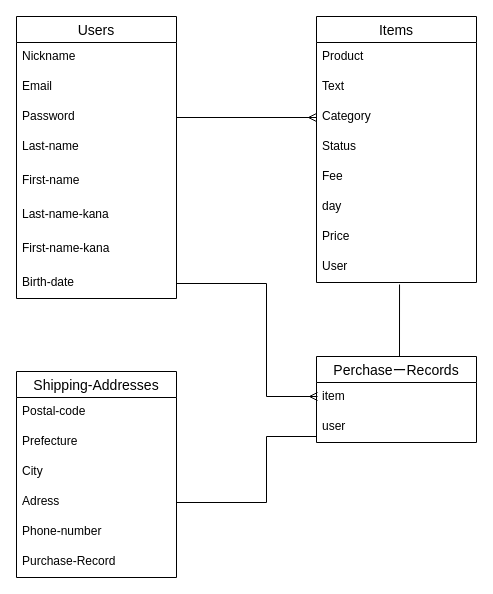
This is furima.dio from yohei95/furima-34827, a draw.io file, before an edit. Source tidied: cells renumbered, new cells numbered last; positions are measured from the earlier drawing's top-left corner, leaving out a move shared by most shapes. Both pictures are drawn from the tidied source at 100%, with x=0, y=0 at pixel (16, 16).
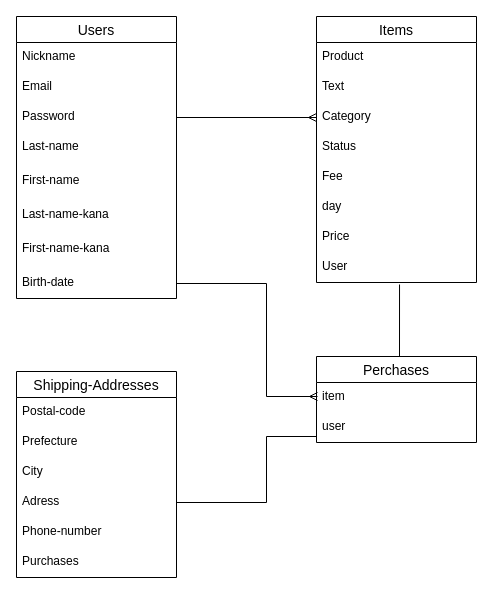
After the change.

Unchanged cells that the change refers to:
```xml
<mxCell id="21" value="Shipping-Addresses" style="swimlane;fontStyle=0;horizontal=1;startSize=26;align=center;fontSize=14;" parent="1" vertex="1">
  <mxGeometry y="355" width="160" height="206" as="geometry" />
</mxCell>
```

The edit, as a diff of the source:
```diff
@@
-    <mxCell id="27" value="Purchase-Record " style="text;strokeColor=none;fillColor=none;spacingLeft=4;spacingRight=4;overflow=hidden;fontSize=12;" parent="21" vertex="1">
+    <mxCell id="27" value="Purchases" style="text;strokeColor=none;fillColor=none;spacingLeft=4;spacingRight=4;overflow=hidden;fontSize=12;" parent="21" vertex="1">
       <mxGeometry y="176" width="160" height="30" as="geometry" />
     </mxCell>
@@
-    <mxCell id="29" value="PerchaseーRecords" style="swimlane;fontStyle=0;horizontal=1;startSize=26;align=center;fontSize=14;" parent="1" vertex="1">
+    <mxCell id="29" value="Perchases" style="swimlane;fontStyle=0;horizontal=1;startSize=26;align=center;fontSize=14;" parent="1" vertex="1">
       <mxGeometry x="300" y="340" width="160" height="86" as="geometry" />
     </mxCell>
```
